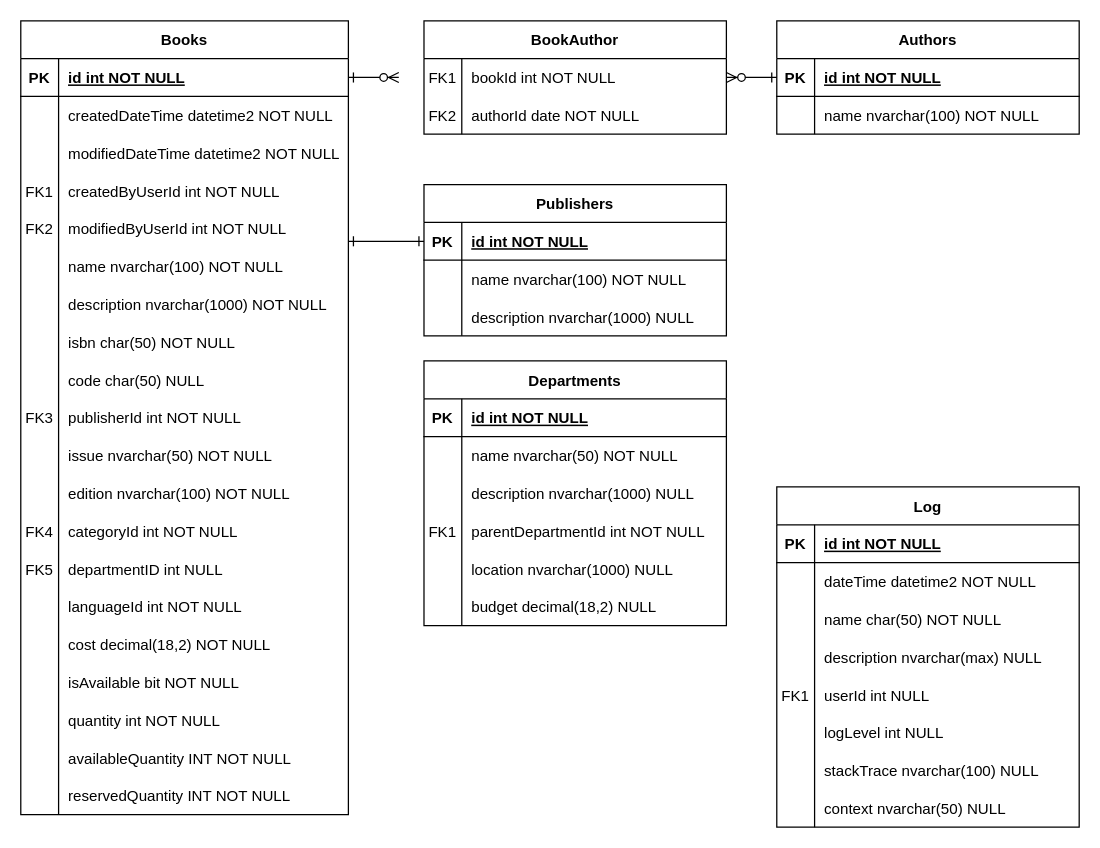
skyhunter96/libApp keeps this draw.io diagram as Untitled Diagram.drawio. Above is the earlier version. Source tidied: cells renumbered, new cells numbered last; positions are measured from the earlier drawing's top-left corner, leaving out a move shared by most shapes. Both pictures are drawn from the tidied source at 126%, with x=0, y=0 at pixel (20, 20).
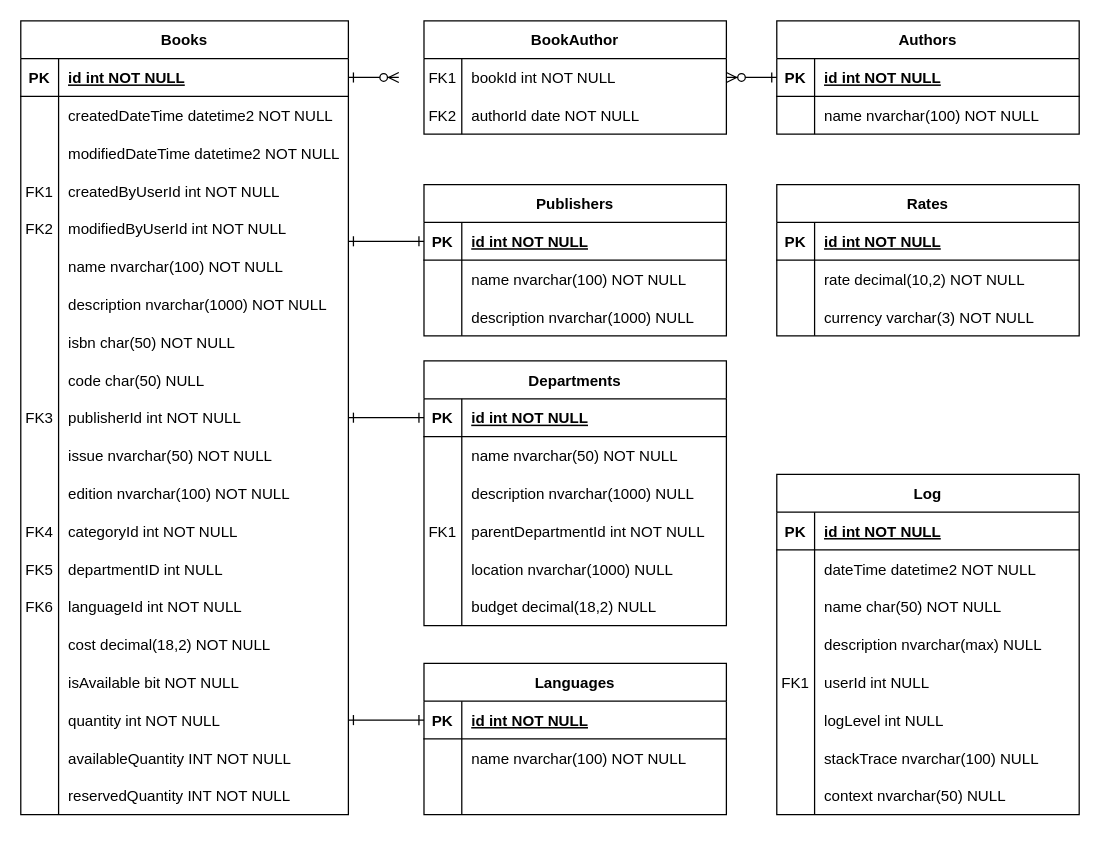
The same diagram, later.

Unchanged cells that the change refers to:
```xml
<mxCell id="45" style="shape=partialRectangle;fillColor=none;points=[[0,0.5],[1,0.5]];portConstraint=eastwest;top=0;left=0;right=0;bottom=0;" parent="17" vertex="1">
  <mxGeometry y="300" width="260" height="30" as="geometry" />
</mxCell>
<mxCell id="60" style="shape=partialRectangle;fillColor=none;top=0;left=0;right=0;bottom=0;" parent="17" vertex="1">
  <mxGeometry y="450" width="260" height="30" as="geometry" />
</mxCell>
<mxCell id="69" style="shape=partialRectangle;fillColor=none;points=[[0,0.5],[1,0.5]];portConstraint=eastwest;top=0;left=0;right=0;bottom=0;" parent="17" vertex="1">
  <mxGeometry y="540" width="260" height="30" as="geometry" />
</mxCell>
<mxCell id="116" style="shape=partialRectangle;fillColor=none;points=[[0,0.5],[1,0.5]];portConstraint=eastwest;top=0;left=0;right=0;bottom=1;" parent="115" vertex="1">
  <mxGeometry y="30" width="240" height="30" as="geometry" />
</mxCell>
```

What changed in the source:
```diff
@@
-    <mxCell id="61" style="shape=partialRectangle;overflow=hidden;fillColor=none;top=0;left=0;bottom=0;right=0;" parent="60" vertex="1">
+    <mxCell id="61" value="FK6" style="shape=partialRectangle;overflow=hidden;fillColor=none;top=0;left=0;bottom=0;right=0;" parent="60" vertex="1">
       <mxGeometry width="30" height="30" as="geometry" />
     </mxCell>
@@
     <mxCell id="90" value="Log" style="shape=table;startSize=30;childLayout=tableLayout;rowLines=0;fontStyle=1;align=center;" parent="1" vertex="1">
-      <mxGeometry x="600" y="370" width="240" height="270" as="geometry" />
+      <mxGeometry x="600" y="360" width="240" height="270" as="geometry" />
     </mxCell>
@@
+    <mxCell id="134" style="edgeStyle=orthogonalEdgeStyle;rounded=0;jettySize=auto;html=1;entryX=0;entryY=0.5;entryDx=0;entryDy=0;exitX=1;exitY=0.5;exitDx=0;exitDy=0;endArrow=ERone;endFill=0;startArrow=ERone;startFill=0;" parent="1" edge="1" source="45" target="116">
+      <mxGeometry relative="1" as="geometry" />
+    </mxCell>
+    <mxCell id="135" value="Languages" style="shape=table;startSize=30;childLayout=tableLayout;rowLines=0;fontStyle=1;align=center;" parent="1" vertex="1">
+      <mxGeometry x="320" y="510" width="240" height="120" as="geometry" />
+    </mxCell>
+    <mxCell id="136" style="shape=partialRectangle;fillColor=none;points=[[0,0.5],[1,0.5]];portConstraint=eastwest;top=0;left=0;right=0;bottom=1;" parent="135" vertex="1">
+      <mxGeometry y="30" width="240" height="30" as="geometry" />
+    </mxCell>
+    <mxCell id="137" value="PK" style="shape=partialRectangle;overflow=hidden;fillColor=none;top=0;left=0;bottom=0;right=0;fontStyle=1;" parent="136" vertex="1">
+      <mxGeometry width="30" height="30" as="geometry" />
+    </mxCell>
+    <mxCell id="138" value="id int NOT NULL " style="shape=partialRectangle;overflow=hidden;fillColor=none;top=0;left=0;bottom=0;right=0;align=left;spacingLeft=6;fontStyle=5;" parent="136" vertex="1">
+      <mxGeometry x="30" width="210" height="30" as="geometry" />
+    </mxCell>
+    <mxCell id="139" style="shape=partialRectangle;fillColor=none;top=0;left=0;right=0;bottom=0;" parent="135" vertex="1">
+      <mxGeometry y="60" width="240" height="30" as="geometry" />
+    </mxCell>
+    <mxCell id="140" style="shape=partialRectangle;overflow=hidden;fillColor=none;top=0;left=0;bottom=0;right=0;" parent="139" vertex="1">
+      <mxGeometry width="30" height="30" as="geometry" />
+    </mxCell>
+    <mxCell id="141" value="name nvarchar(100) NOT NULL" style="shape=partialRectangle;overflow=hidden;fillColor=none;top=0;left=0;bottom=0;right=0;align=left;spacingLeft=6;" parent="139" vertex="1">
+      <mxGeometry x="30" width="210" height="30" as="geometry" />
+    </mxCell>
+    <mxCell id="142" style="shape=partialRectangle;fillColor=none;top=0;left=0;right=0;bottom=0;" parent="135" vertex="1">
+      <mxGeometry y="90" width="240" height="30" as="geometry" />
+    </mxCell>
+    <mxCell id="143" style="shape=partialRectangle;overflow=hidden;fillColor=none;top=0;left=0;bottom=0;right=0;" parent="142" vertex="1">
+      <mxGeometry width="30" height="30" as="geometry" />
+    </mxCell>
+    <mxCell id="144" style="shape=partialRectangle;overflow=hidden;fillColor=none;top=0;left=0;bottom=0;right=0;align=left;spacingLeft=6;" parent="142" vertex="1">
+      <mxGeometry x="30" width="210" height="30" as="geometry" />
+    </mxCell>
+    <mxCell id="145" style="edgeStyle=orthogonalEdgeStyle;rounded=0;jettySize=auto;html=1;entryX=0;entryY=0.5;entryDx=0;entryDy=0;endArrow=ERone;endFill=0;startArrow=ERone;startFill=0;" parent="1" edge="1" source="69" target="136">
+      <mxGeometry relative="1" as="geometry" />
+    </mxCell>
+    <mxCell id="146" value="Rates" style="shape=table;startSize=30;childLayout=tableLayout;rowLines=0;fontStyle=1;align=center;" parent="1" vertex="1">
+      <mxGeometry x="600" y="130" width="240" height="120" as="geometry" />
+    </mxCell>
+    <mxCell id="147" style="shape=partialRectangle;fillColor=none;top=0;left=0;right=0;bottom=1;" parent="146" vertex="1">
+      <mxGeometry y="30" width="240" height="30" as="geometry" />
+    </mxCell>
+    <mxCell id="148" value="PK" style="shape=partialRectangle;overflow=hidden;fillColor=none;top=0;left=0;bottom=0;right=0;fontStyle=1;" parent="147" vertex="1">
+      <mxGeometry width="30" height="30" as="geometry" />
+    </mxCell>
+    <mxCell id="149" value="id int NOT NULL " style="shape=partialRectangle;overflow=hidden;fillColor=none;top=0;left=0;bottom=0;right=0;align=left;spacingLeft=6;fontStyle=5;" parent="147" vertex="1">
+      <mxGeometry x="30" width="210" height="30" as="geometry" />
+    </mxCell>
+    <mxCell id="150" style="shape=partialRectangle;fillColor=none;top=0;left=0;right=0;bottom=0;" parent="146" vertex="1">
+      <mxGeometry y="60" width="240" height="30" as="geometry" />
+    </mxCell>
+    <mxCell id="151" style="shape=partialRectangle;overflow=hidden;fillColor=none;top=0;left=0;bottom=0;right=0;" parent="150" vertex="1">
+      <mxGeometry width="30" height="30" as="geometry" />
+    </mxCell>
+    <mxCell id="152" value="rate decimal(10,2) NOT NULL" style="shape=partialRectangle;overflow=hidden;fillColor=none;top=0;left=0;bottom=0;right=0;align=left;spacingLeft=6;" parent="150" vertex="1">
+      <mxGeometry x="30" width="210" height="30" as="geometry" />
+    </mxCell>
+    <mxCell id="153" style="shape=partialRectangle;fillColor=none;top=0;left=0;right=0;bottom=0;" parent="146" vertex="1">
+      <mxGeometry y="90" width="240" height="30" as="geometry" />
+    </mxCell>
+    <mxCell id="154" style="shape=partialRectangle;overflow=hidden;fillColor=none;top=0;left=0;bottom=0;right=0;" parent="153" vertex="1">
+      <mxGeometry width="30" height="30" as="geometry" />
+    </mxCell>
+    <mxCell id="155" value="currency varchar(3) NOT NULL" style="shape=partialRectangle;overflow=hidden;fillColor=none;top=0;left=0;bottom=0;right=0;align=left;spacingLeft=6;" parent="153" vertex="1">
+      <mxGeometry x="30" width="210" height="30" as="geometry" />
+    </mxCell>
```
